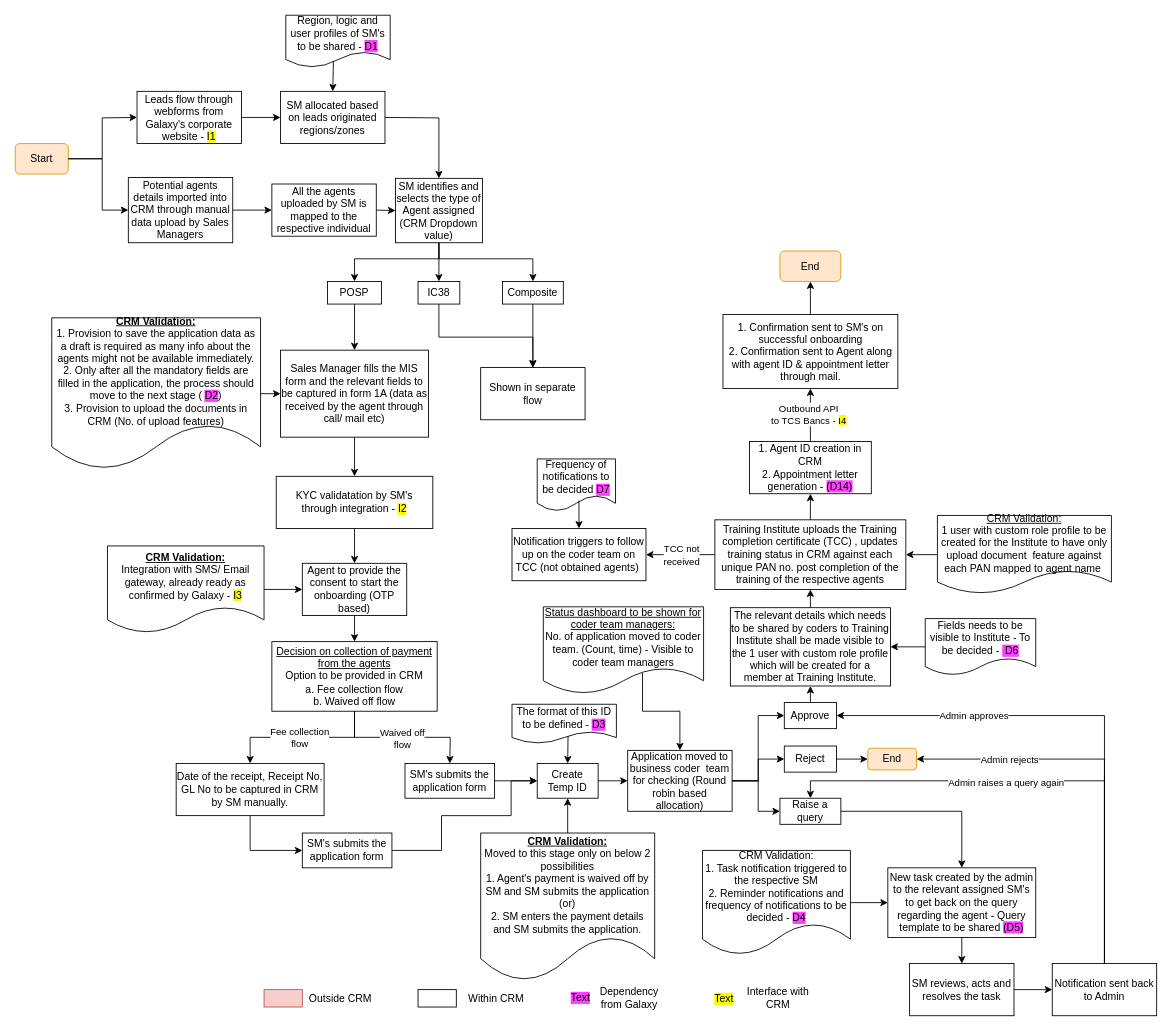
The draw.io diagram Agent Onboarding POSP.drawio in shaileshsreedar/Galaxy, before the edit. Source tidied: cells renumbered, new cells numbered last; positions are measured from the earlier drawing's top-left corner, leaving out a move shared by most shapes. Both pictures are drawn from the tidied source at 87%, with x=0, y=0 at pixel (15, 15).
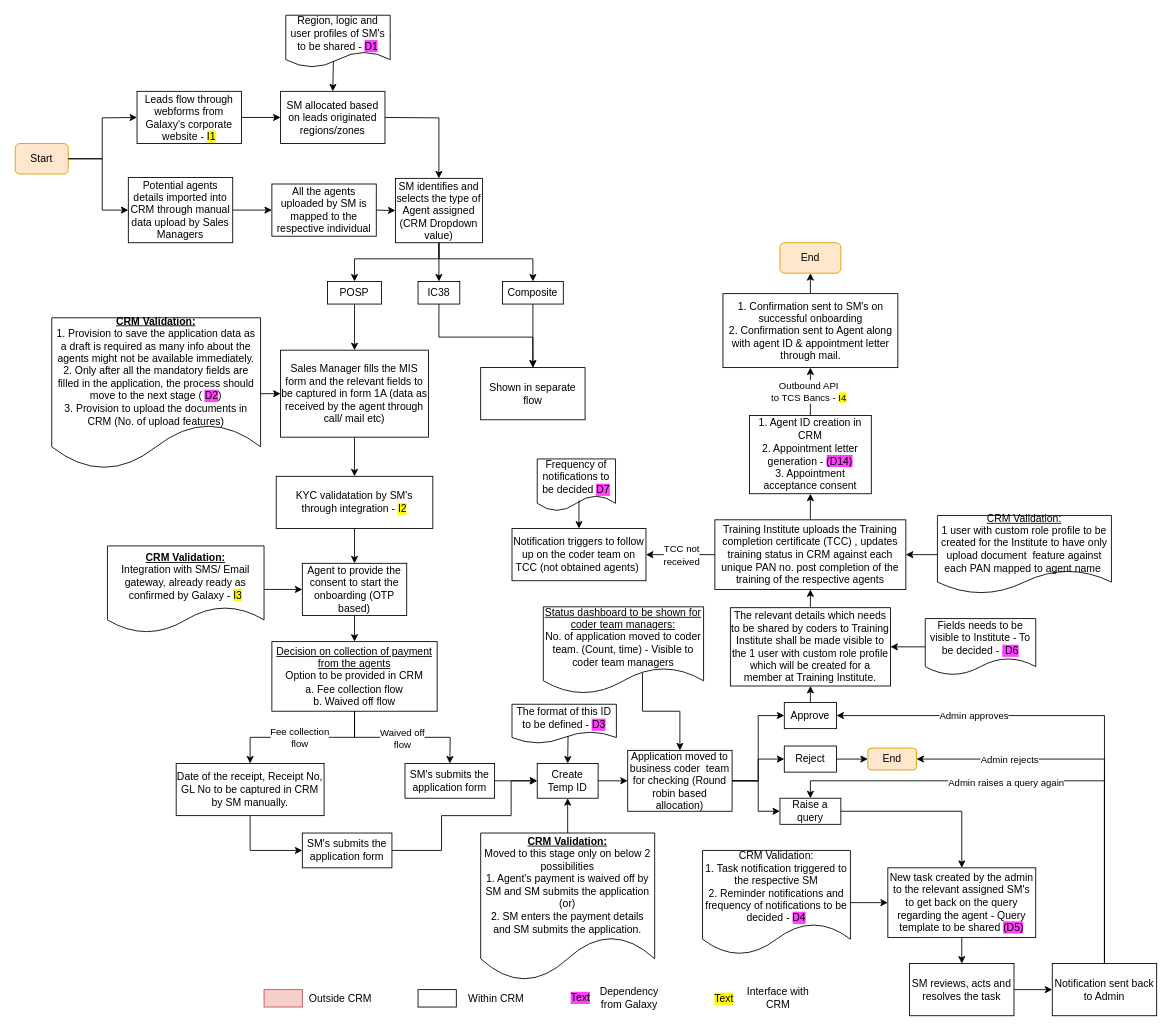
After the change.

Diff of the diagram source:
```diff
@@
     <mxCell id="12" value="End" style="rounded=1;whiteSpace=wrap;html=1;fillColor=#ffe6cc;strokeColor=#d79b00;" parent="1" vertex="1">
-      <mxGeometry x="879" y="271" width="70" height="35" as="geometry" />
+      <mxGeometry x="879" y="261.5" width="70" height="35" as="geometry" />
     </mxCell>
@@
-    <mxCell id="66" value="1. Agent ID creation in CRM&lt;div&gt;2. Appointment letter generation - &lt;span style=&quot;background-color: rgb(255, 64, 255);&quot;&gt;(D14)&lt;/span&gt;&lt;/div&gt;" style="rounded=0;whiteSpace=wrap;html=1;" parent="1" vertex="1">
-      <mxGeometry x="844" y="490" width="140" height="60" as="geometry" />
+    <mxCell id="66" value="1. Agent ID creation in CRM&lt;div&gt;2. Appointment letter generation - &lt;span style=&quot;background-color: rgb(255, 64, 255);&quot;&gt;(D14)&lt;/span&gt;&lt;/div&gt;&lt;div&gt;&lt;span style=&quot;background-color: rgb(255, 255, 255);&quot;&gt;3. Appointment acceptance consent&lt;/span&gt;&lt;span style=&quot;background-color: rgb(255, 64, 255);&quot;&gt;&lt;br&gt;&lt;/span&gt;&lt;/div&gt;" style="rounded=0;whiteSpace=wrap;html=1;" parent="1" vertex="1">
+      <mxGeometry x="844" y="460" width="140" height="90" as="geometry" />
     </mxCell>
     <mxCell id="67" value="1. Confirmation sent to SM's on successful onboarding&lt;div&gt;2. Confirmation sent to Agent along with agent ID &amp;amp; appointment letter through mail.&lt;/div&gt;" style="rounded=0;whiteSpace=wrap;html=1;" parent="1" vertex="1">
-      <mxGeometry x="813.5" y="344" width="201" height="85" as="geometry" />
+      <mxGeometry x="813.5" y="320" width="201" height="85" as="geometry" />
     </mxCell>
```
